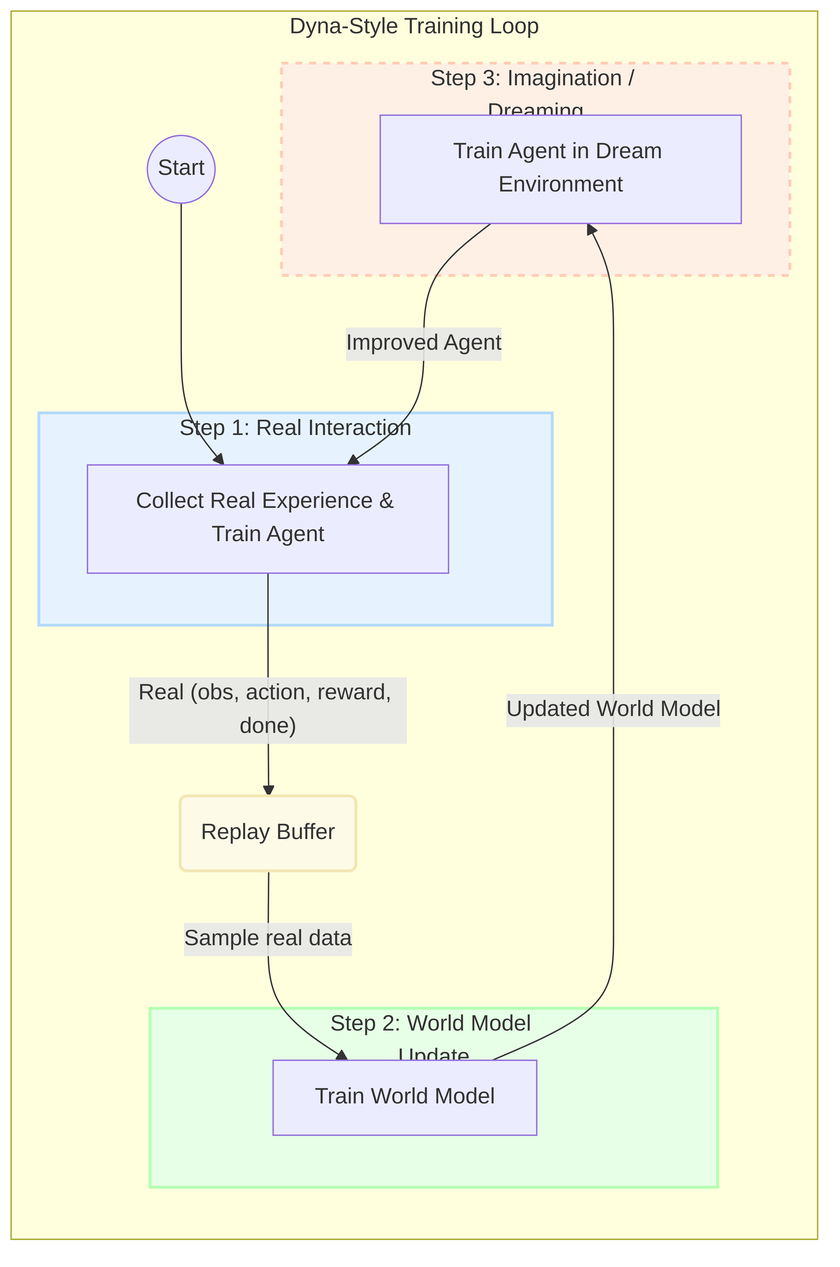
Above: images/diagrams/dyna.png in Emtrixx/car-racing-world-model (Mermaid), before the change. Its source is kept beside it as diagrams/dyna.mmd.
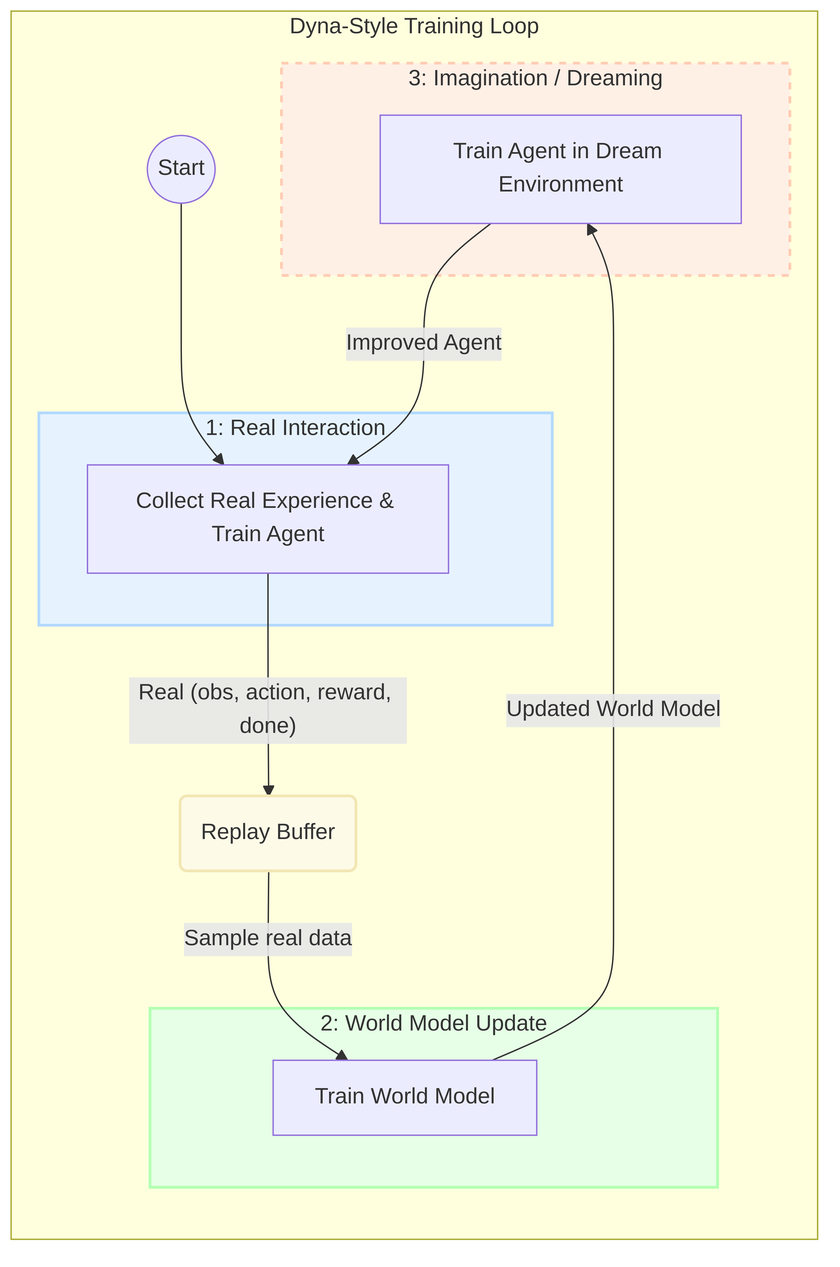
After the commit.

Commit message:
feat: update step labels in Dyna diagram for clarity

Change to the diagram source:
```diff
@@ -7,15 +7,15 @@
         TrainWM -- "Updated World Model" --> Dream[Train Agent in Dream Environment];
         Dream -- "Improved Agent" --> Collect;
 
-        subgraph s1 ["Step 1: Real Interaction"]
+        subgraph s1 ["1: Real Interaction"]
             Collect
         end
 
-        subgraph s2 ["Step 2: World Model Update"]
+        subgraph s2 ["2: World Model Update"]
             TrainWM
         end
 
-        subgraph s3 ["Step 3: Imagination / Dreaming"]
+        subgraph s3 ["3: Imagination / Dreaming"]
             Dream
         end
     end
```
